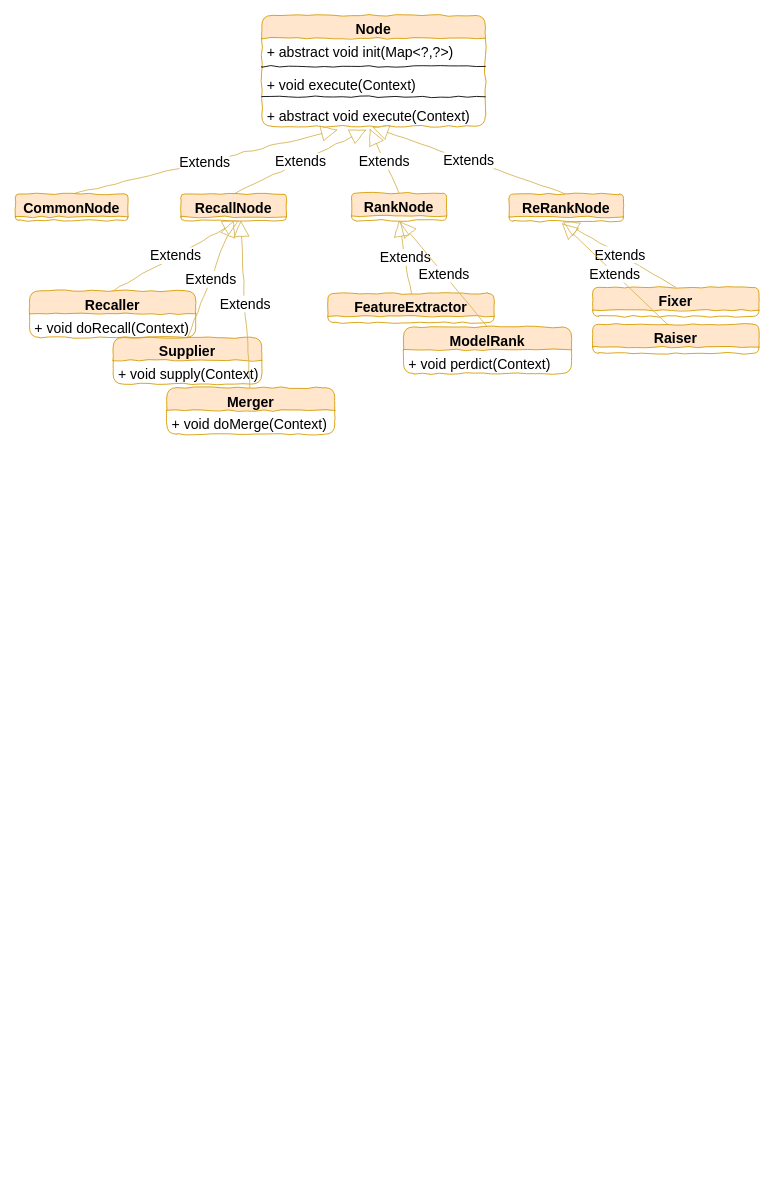
liuzihaoboy/git-maven keeps this draw.io diagram as com/Untitled Diagram.drawio. Above is the earlier version. Source tidied: cells renumbered, new cells numbered last; positions are measured from the earlier drawing's top-left corner, leaving out a move shared by most shapes. Both pictures are drawn from the tidied source at 88%, with x=0, y=0 at pixel (15, 15).
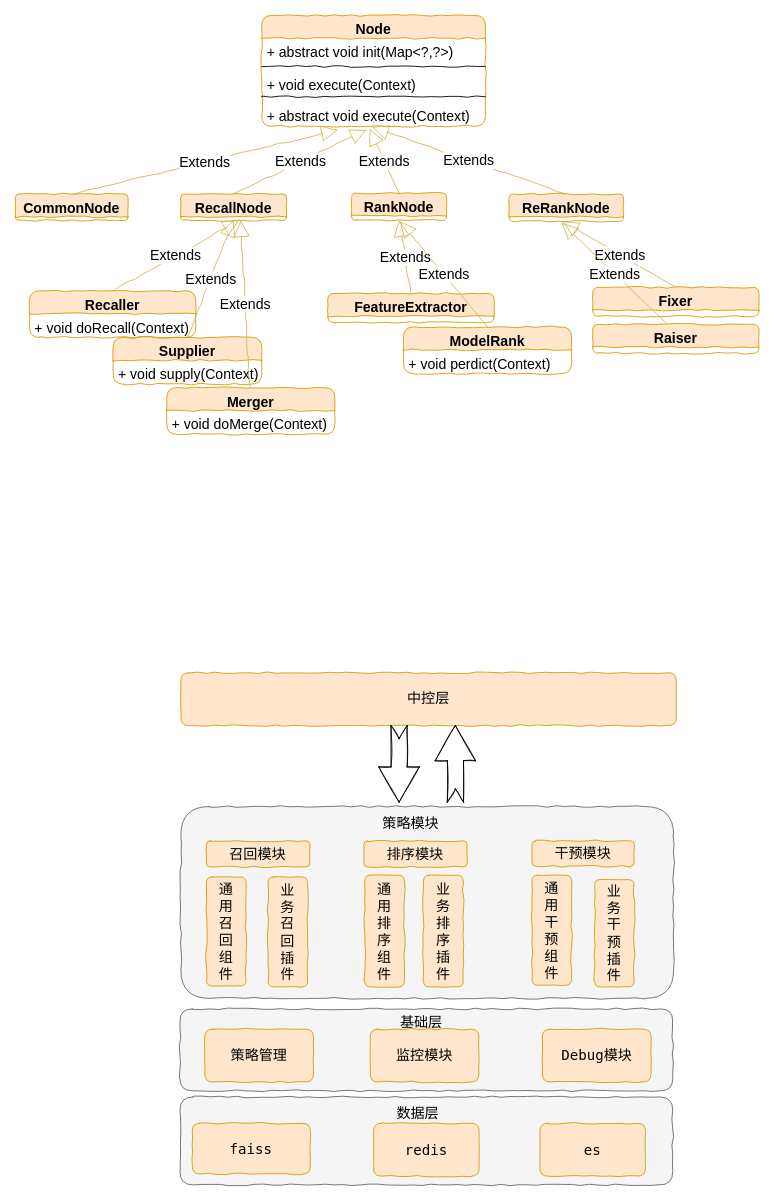
Above is the later version.

Diff of the diagram source:
```diff
@@
+    <mxCell id="34" style="rounded=1;whiteSpace=wrap;html=1;comic=1;fontFamily=Lucida Console;fontSize=16;fillColor=#f5f5f5;strokeColor=#666666;fontColor=#333333;sketch=0;" parent="1" vertex="1">
+      <mxGeometry x="187" y="1229" width="560" height="100" as="geometry" />
+    </mxCell>
+    <mxCell id="35" value="faiss" style="rounded=1;whiteSpace=wrap;html=1;comic=1;sketch=0;fontFamily=Lucida Console;fontSize=16;fillColor=#ffe6cc;strokeColor=#d79b00;" parent="34" vertex="1">
+      <mxGeometry x="14" y="30" width="134.1" height="57.5" as="geometry" />
+    </mxCell>
+    <mxCell id="36" value="数据层" style="text;html=1;strokeColor=none;fillColor=none;align=center;verticalAlign=middle;whiteSpace=wrap;rounded=1;comic=1;fontFamily=Lucida Console;fontSize=16;" parent="34" vertex="1">
+      <mxGeometry x="211.8" y="10" width="117.4" height="16.5" as="geometry" />
+    </mxCell>
+    <mxCell id="37" value="redis" style="rounded=1;whiteSpace=wrap;html=1;comic=1;sketch=0;fontFamily=Lucida Console;fontSize=16;fillColor=#ffe6cc;strokeColor=#d79b00;" parent="34" vertex="1">
+      <mxGeometry x="220" y="30" width="120" height="60" as="geometry" />
+    </mxCell>
+    <mxCell id="38" style="rounded=1;whiteSpace=wrap;html=1;comic=1;fontFamily=Lucida Console;fontSize=16;fillColor=#f5f5f5;strokeColor=#666666;fontColor=#333333;sketch=0;" parent="1" vertex="1">
+      <mxGeometry x="187" y="1129" width="560" height="93" as="geometry" />
+    </mxCell>
+    <mxCell id="39" value="基础层" style="text;html=1;strokeColor=none;fillColor=none;align=center;verticalAlign=middle;whiteSpace=wrap;rounded=1;comic=1;fontFamily=Lucida Console;fontSize=16;" parent="38" vertex="1">
+      <mxGeometry x="216.2" y="6.5" width="117.4" height="16.5" as="geometry" />
+    </mxCell>
+    <mxCell id="40" value="策略管理" style="rounded=1;whiteSpace=wrap;html=1;comic=1;sketch=0;fontFamily=Lucida Console;fontSize=16;fillColor=#ffe6cc;strokeColor=#d79b00;" parent="38" vertex="1">
+      <mxGeometry x="28.2" y="23" width="123.5" height="60" as="geometry" />
+    </mxCell>
+    <mxCell id="41" value="监控模块" style="rounded=1;whiteSpace=wrap;html=1;comic=1;sketch=0;fontFamily=Lucida Console;fontSize=16;fillColor=#ffe6cc;strokeColor=#d79b00;" parent="38" vertex="1">
+      <mxGeometry x="216.2" y="23" width="123.5" height="60" as="geometry" />
+    </mxCell>
+    <mxCell id="42" value="Debug模块" style="rounded=1;whiteSpace=wrap;html=1;comic=1;sketch=0;fontFamily=Lucida Console;fontSize=16;fillColor=#ffe6cc;strokeColor=#d79b00;" parent="38" vertex="1">
+      <mxGeometry x="411.8" y="23" width="123.5" height="60" as="geometry" />
+    </mxCell>
+    <mxCell id="43" style="rounded=1;whiteSpace=wrap;html=1;comic=1;fontFamily=Lucida Console;fontSize=16;fillColor=#f5f5f5;strokeColor=#666666;fontColor=#333333;sketch=0;" parent="1" vertex="1">
+      <mxGeometry x="188" y="899" width="560" height="218" as="geometry" />
+    </mxCell>
+    <mxCell id="44" value="召回模块" style="rounded=1;whiteSpace=wrap;html=1;comic=1;fontFamily=Lucida Console;fontSize=16;fillColor=#ffe6cc;strokeColor=#d79b00;" parent="43" vertex="1">
+      <mxGeometry x="29.1" y="39" width="117.4" height="29.7" as="geometry" />
+    </mxCell>
+    <mxCell id="45" value="排序模块" style="rounded=1;whiteSpace=wrap;html=1;comic=1;fontFamily=Lucida Console;fontSize=16;fillColor=#ffe6cc;strokeColor=#d79b00;" parent="43" vertex="1">
+      <mxGeometry x="207.9" y="39" width="117.4" height="29.7" as="geometry" />
+    </mxCell>
+    <mxCell id="46" value="干预模块" style="rounded=1;whiteSpace=wrap;html=1;comic=1;fontFamily=Lucida Console;fontSize=16;fillColor=#ffe6cc;strokeColor=#d79b00;" parent="43" vertex="1">
+      <mxGeometry x="399" y="39" width="116.2" height="28.9" as="geometry" />
+    </mxCell>
+    <mxCell id="47" value="策略模块" style="text;html=1;strokeColor=none;fillColor=none;align=center;verticalAlign=middle;whiteSpace=wrap;rounded=1;comic=1;fontFamily=Lucida Console;fontSize=16;" parent="43" vertex="1">
+      <mxGeometry x="203.4" y="11" width="117.4" height="16.5" as="geometry" />
+    </mxCell>
+    <mxCell id="48" value="通&lt;br&gt;用&lt;br&gt;召&lt;br&gt;回&lt;br&gt;组&lt;br&gt;件" style="rounded=1;whiteSpace=wrap;html=1;comic=1;fillColor=#ffe6cc;strokeColor=#d79b00;fontSize=16;fontFamily=Lucida Console;direction=east;" parent="43" vertex="1">
+      <mxGeometry x="29.1" y="80" width="45" height="124" as="geometry" />
+    </mxCell>
+    <mxCell id="49" value="业&lt;br&gt;务&lt;br&gt;召&lt;br&gt;回&lt;br&gt;插&lt;br&gt;件" style="rounded=1;whiteSpace=wrap;html=1;comic=1;fillColor=#ffe6cc;strokeColor=#d79b00;fontSize=16;fontFamily=Lucida Console;direction=east;" parent="43" vertex="1">
+      <mxGeometry x="99" y="80" width="45" height="125" as="geometry" />
+    </mxCell>
+    <mxCell id="50" value="通&lt;br&gt;用&lt;br&gt;排&lt;br&gt;序&lt;br&gt;组&lt;br&gt;件" style="rounded=1;whiteSpace=wrap;html=1;comic=1;fillColor=#ffe6cc;strokeColor=#d79b00;fontSize=16;fontFamily=Lucida Console;direction=east;" parent="43" vertex="1">
+      <mxGeometry x="209" y="78" width="45" height="127" as="geometry" />
+    </mxCell>
+    <mxCell id="51" value="业&lt;br&gt;务&lt;br&gt;排&lt;br&gt;序&lt;br&gt;插&lt;br&gt;件" style="rounded=1;whiteSpace=wrap;html=1;comic=1;fillColor=#ffe6cc;strokeColor=#d79b00;fontSize=16;fontFamily=Lucida Console;direction=east;" parent="43" vertex="1">
+      <mxGeometry x="275.8" y="78" width="45" height="127" as="geometry" />
+    </mxCell>
+    <mxCell id="52" value="通&lt;br&gt;用&lt;br&gt;干&lt;br&gt;预&lt;br&gt;组&lt;br&gt;件" style="rounded=1;whiteSpace=wrap;html=1;comic=1;fillColor=#ffe6cc;strokeColor=#d79b00;fontSize=16;fontFamily=Lucida Console;direction=east;" parent="43" vertex="1">
+      <mxGeometry x="399" y="78" width="45" height="125" as="geometry" />
+    </mxCell>
+    <mxCell id="53" value="业&lt;br&gt;务&lt;br&gt;干&lt;br&gt;预&lt;br&gt;插&lt;br&gt;件" style="rounded=1;whiteSpace=wrap;html=1;comic=1;fillColor=#ffe6cc;strokeColor=#d79b00;fontSize=16;fontFamily=Lucida Console;direction=east;" parent="43" vertex="1">
+      <mxGeometry x="470.2" y="83" width="45" height="122" as="geometry" />
+    </mxCell>
@@
+    <mxCell id="54" value="&lt;font face=&quot;Comic Sans MS&quot;&gt;中控层&lt;/font&gt;" style="rounded=1;whiteSpace=wrap;html=1;comic=1;fillColor=#ffe6cc;strokeColor=#d79b00;fontSize=16;fontFamily=Lucida Console;" parent="1" vertex="1">
+      <mxGeometry x="188" y="747" width="563" height="60" as="geometry" />
+    </mxCell>
+    <mxCell id="55" style="html=1;shadow=0;dashed=0;align=center;verticalAlign=middle;shape=mxgraph.arrows2.arrow;dy=0.6;dx=40;notch=15;rounded=1;comic=1;fontFamily=Lucida Console;fontSize=16;direction=south;sketch=1;" parent="1" vertex="1">
+      <mxGeometry x="413" y="807" width="46" height="87" as="geometry" />
+    </mxCell>
+    <mxCell id="56" style="html=1;shadow=0;dashed=0;align=center;verticalAlign=middle;shape=mxgraph.arrows2.arrow;dy=0.6;dx=40;notch=15;rounded=1;comic=1;fontFamily=Lucida Console;fontSize=16;direction=north;sketch=1;" parent="1" vertex="1">
+      <mxGeometry x="477" y="807" width="46" height="87" as="geometry" />
+    </mxCell>
+    <mxCell id="57" value="es" style="rounded=1;whiteSpace=wrap;html=1;comic=1;sketch=0;fontFamily=Lucida Console;fontSize=16;fillColor=#ffe6cc;strokeColor=#d79b00;" parent="1" vertex="1">
+      <mxGeometry x="596" y="1259" width="120" height="60" as="geometry" />
+    </mxCell>
```
